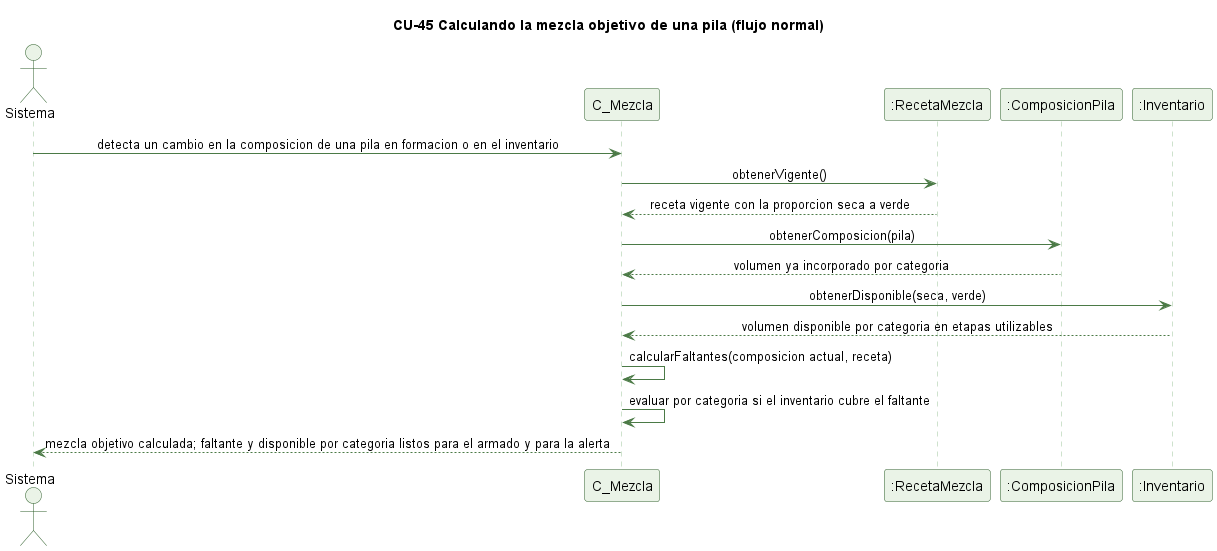
This is docs/trabajo-grupal/diagramas/secuencias/cu45-mezcla-objetivo-normal.png from kenjikaese/Triverde, a PlantUML export, as it was before one commit.
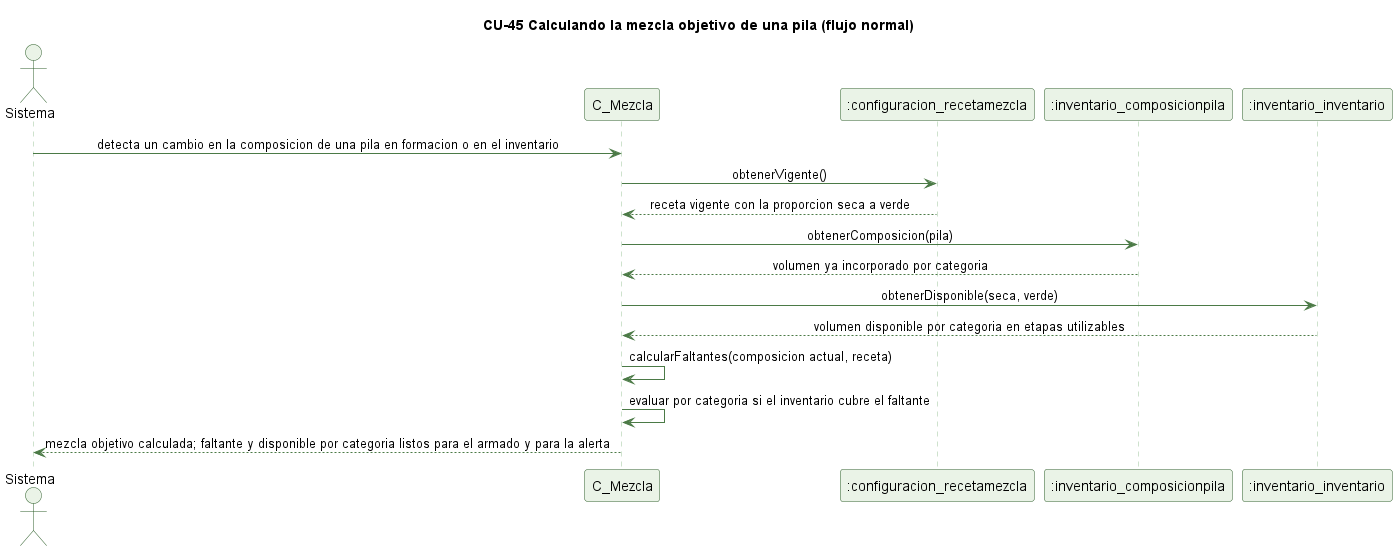
Above is the later version.

What changed in the source:
```diff
@@ -14,9 +14,9 @@
 
 actor Sistema
 participant "C_Mezcla" as C
-participant ":RecetaMezcla" as RM
-participant ":ComposicionPila" as CP
-participant ":Inventario" as I
+participant ":configuracion_recetamezcla" as RM
+participant ":inventario_composicionpila" as CP
+participant ":inventario_inventario" as I
 
 Sistema -> C : detecta un cambio en la composicion de una pila en formacion o en el inventario
 C -> RM : obtenerVigente()
```
